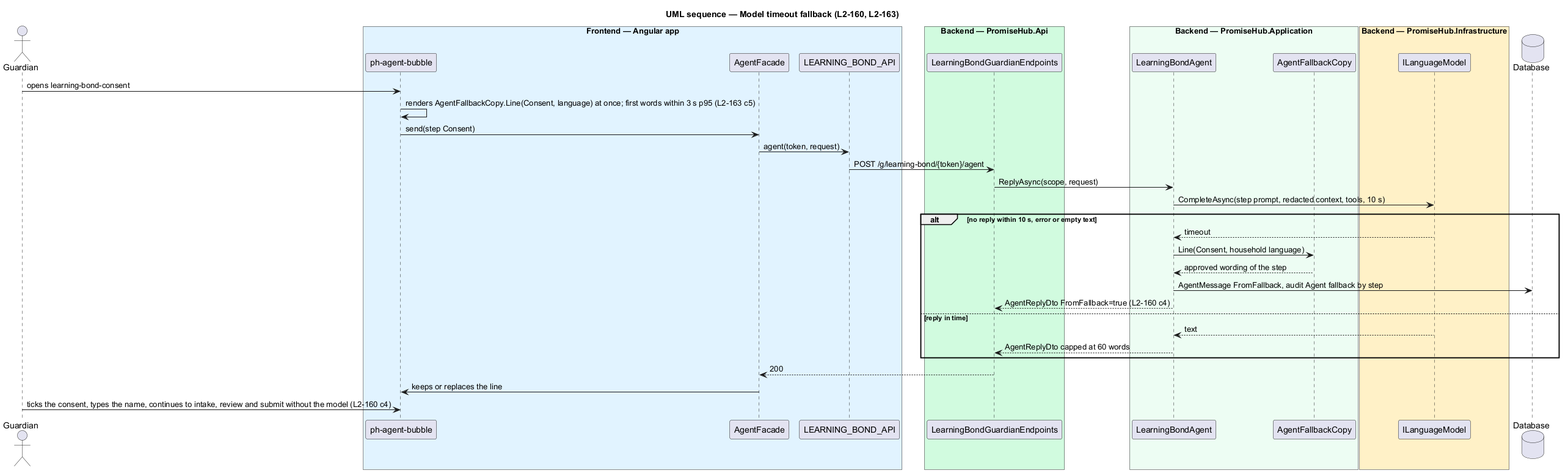
This is docs/detailed-designs/learning-bond/run-learning-bond-agent/diagrams/sequence-model-timeout.png from QuinntyneBrown/promise-hub, a PlantUML export, as it was before one commit. The source it was exported from:
```plantuml
@startuml
title UML sequence — Model timeout fallback (L2-160, L2-163)
skinparam backgroundColor #FFFFFF
skinparam shadowing false
skinparam defaultFontName Arial
actor "Guardian" as g
box "Frontend — Angular app" #E0F2FE
participant "ph-agent-bubble" as bubble
participant AgentFacade as facade
participant LEARNING_BOND_API as client
end box
box "Backend — PromiseHub.Api" #D1FADF
participant LearningBondGuardianEndpoints as api
end box
box "Backend — PromiseHub.Application" #ECFDF3
participant LearningBondAgent as agent
participant AgentFallbackCopy as fallback
end box
box "Backend — PromiseHub.Infrastructure" #FEF0C7
participant ILanguageModel as llm
end box
database "Database" as db
g -> bubble : opens learning-bond-consent
bubble -> bubble : renders AgentFallbackCopy.Line(Consent, language) at once; first words within 3 s p95 (L2-163 c5)
bubble -> facade : send(step Consent)
facade -> client : agent(token, request)
client -> api : POST /g/learning-bond/{token}/agent
api -> agent : ReplyAsync(scope, request)
agent -> llm : CompleteAsync(step prompt, redacted context, tools, 10 s)
alt no reply within 10 s, error or empty text
  llm --> agent : timeout
  agent -> fallback : Line(Consent, household language)
  fallback --> agent : approved wording of the step
  agent -> db : AgentMessage FromFallback, audit Agent fallback by step
  agent --> api : AgentReplyDto FromFallback=true (L2-160 c4)
else reply in time
  llm --> agent : text
  agent --> api : AgentReplyDto capped at 60 words
end
api --> facade : 200
facade -> bubble : keeps or replaces the line
g -> bubble : ticks the consent, types the name, continues to intake, review and submit without the model (L2-160 c4)
@enduml
```
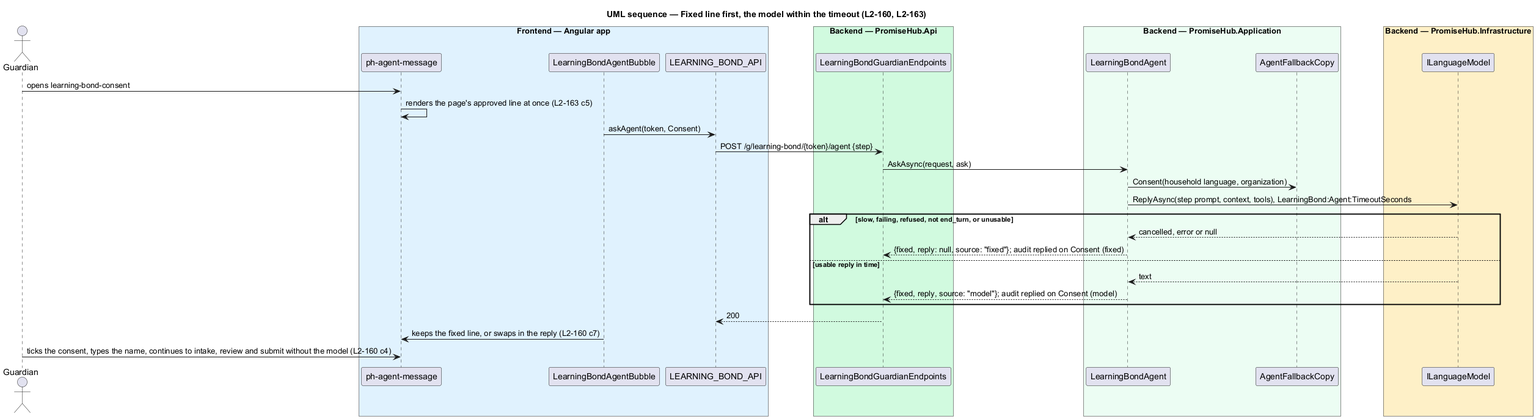
After the commit.

The edit, as a diff of the source:
```diff
@@ -1,12 +1,12 @@
 @startuml
-title UML sequence — Model timeout fallback (L2-160, L2-163)
+title UML sequence — Fixed line first, the model within the timeout (L2-160, L2-163)
 skinparam backgroundColor #FFFFFF
 skinparam shadowing false
 skinparam defaultFontName Arial
 actor "Guardian" as g
 box "Frontend — Angular app" #E0F2FE
-participant "ph-agent-bubble" as bubble
-participant AgentFacade as facade
+participant "ph-agent-message" as bubble
+participant LearningBondAgentBubble as glue
 participant LEARNING_BOND_API as client
 end box
 box "Backend — PromiseHub.Api" #D1FADF
@@ -19,25 +19,21 @@
 box "Backend — PromiseHub.Infrastructure" #FEF0C7
 participant ILanguageModel as llm
 end box
-database "Database" as db
 g -> bubble : opens learning-bond-consent
-bubble -> bubble : renders AgentFallbackCopy.Line(Consent, language) at once; first words within 3 s p95 (L2-163 c5)
-bubble -> facade : send(step Consent)
-facade -> client : agent(token, request)
-client -> api : POST /g/learning-bond/{token}/agent
-api -> agent : ReplyAsync(scope, request)
-agent -> llm : CompleteAsync(step prompt, redacted context, tools, 10 s)
-alt no reply within 10 s, error or empty text
-  llm --> agent : timeout
-  agent -> fallback : Line(Consent, household language)
-  fallback --> agent : approved wording of the step
-  agent -> db : AgentMessage FromFallback, audit Agent fallback by step
-  agent --> api : AgentReplyDto FromFallback=true (L2-160 c4)
-else reply in time
+bubble -> bubble : renders the page's approved line at once (L2-163 c5)
+glue -> client : askAgent(token, Consent)
+client -> api : POST /g/learning-bond/{token}/agent {step}
+api -> agent : AskAsync(request, ask)
+agent -> fallback : Consent(household language, organization)
+agent -> llm : ReplyAsync(step prompt, context, tools), LearningBond:Agent:TimeoutSeconds
+alt slow, failing, refused, not end_turn, or unusable
+  llm --> agent : cancelled, error or null
+  agent --> api : {fixed, reply: null, source: "fixed"}; audit replied on Consent (fixed)
+else usable reply in time
   llm --> agent : text
-  agent --> api : AgentReplyDto capped at 60 words
+  agent --> api : {fixed, reply, source: "model"}; audit replied on Consent (model)
 end
-api --> facade : 200
-facade -> bubble : keeps or replaces the line
+api --> client : 200
+glue -> bubble : keeps the fixed line, or swaps in the reply (L2-160 c7)
 g -> bubble : ticks the consent, types the name, continues to intake, review and submit without the model (L2-160 c4)
 @enduml
```
